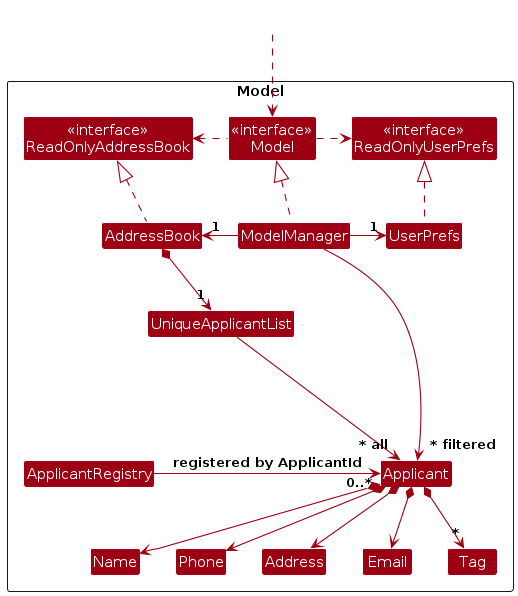
Earlier version of the PlantUML export diagrams/ModelClassDiagram.png (AY2627S1-CS2103T-W12-4/tp). Its source is kept beside it as diagrams/ModelClassDiagram.puml.
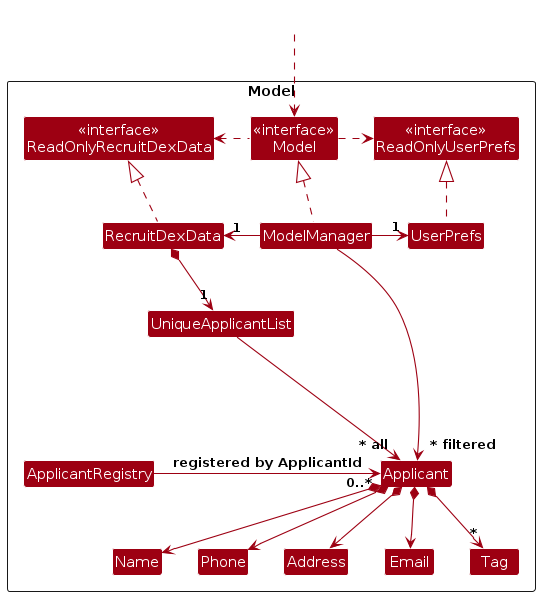
Later version of the same file.

What changed in the source:
```diff
@@ -5,10 +5,10 @@
 skinparam classBackgroundColor MODEL_COLOR
 
 Package Model as ModelPackage <<Rectangle>>{
-Class "<<interface>>\nReadOnlyAddressBook" as ReadOnlyAddressBook
+Class "<<interface>>\nReadOnlyRecruitDexData" as ReadOnlyRecruitDexData
 Class "<<interface>>\nReadOnlyUserPrefs" as ReadOnlyUserPrefs
 Class "<<interface>>\nModel" as Model
-Class AddressBook
+Class RecruitDexData
 Class ModelManager
 Class UserPrefs
 
@@ -27,16 +27,16 @@
 Class HiddenOutside #FFFFFF
 HiddenOutside ..> Model
 
-AddressBook .up.|> ReadOnlyAddressBook
+RecruitDexData .up.|> ReadOnlyRecruitDexData
 
 ModelManager .up.|> Model
 Model .right.> ReadOnlyUserPrefs
-Model .left.> ReadOnlyAddressBook
-ModelManager -left-> "1" AddressBook
+Model .left.> ReadOnlyRecruitDexData
+ModelManager -left-> "1" RecruitDexData
 ModelManager -right-> "1" UserPrefs
 UserPrefs .up.|> ReadOnlyUserPrefs
 
-AddressBook *--> "1" UniqueApplicantList
+RecruitDexData *--> "1" UniqueApplicantList
 UniqueApplicantList --> "~* all" Applicant
 ApplicantRegistry -right-> "0..*" Applicant : registered by ApplicantId
 
```
